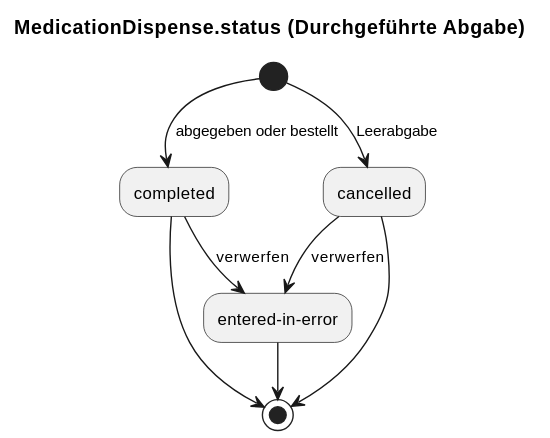
This is r4-ELGA-e-Medikation-main/plantuml/workflow_md_status_durchgefuehrteabgabe.svg from HL7Austria/hl7austria.github.io, a PlantUML export, as it was before one commit. The source it was exported from:
```plantuml
@startuml
title MedicationDispense.status (Durchgeführte Abgabe)

(*) --> [abgegeben oder bestellt] completed
(*) --> [Leerabgabe] cancelled
cancelled --> [verwerfen] "entered-in-error"
completed --> [verwerfen] "entered-in-error"
cancelled --> (*)
completed --> (*)
"entered-in-error" --> (*)
@enduml
```
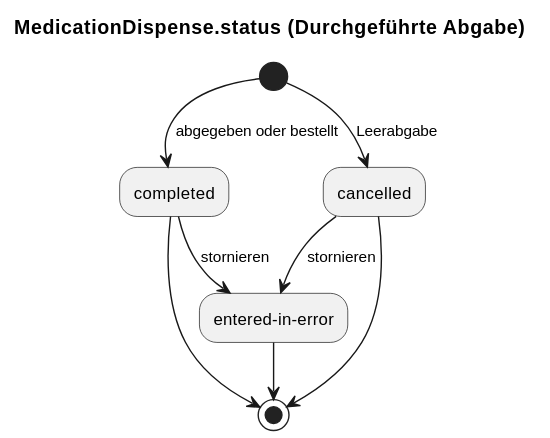
Above is the later version.

The edit, as a diff of the source:
```diff
@@ -3,8 +3,8 @@
 
 (*) --> [abgegeben oder bestellt] completed
 (*) --> [Leerabgabe] cancelled
-cancelled --> [verwerfen] "entered-in-error"
-completed --> [verwerfen] "entered-in-error"
+cancelled --> [stornieren] "entered-in-error"
+completed --> [stornieren] "entered-in-error"
 cancelled --> (*)
 completed --> (*)
 "entered-in-error" --> (*)
```
